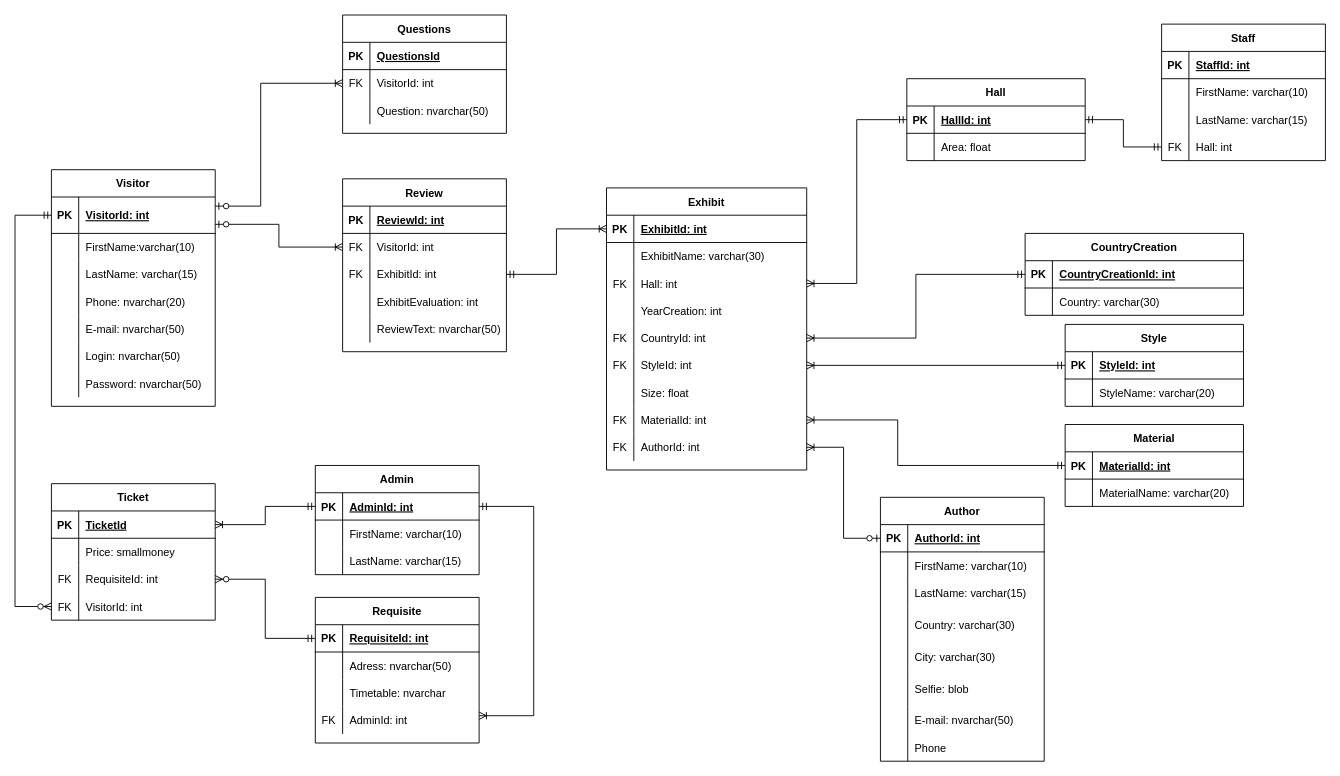
The draw.io diagram Diagrams/ER.drawio in OlgaMats/-, before the edit. Source tidied: cells renumbered, new cells numbered last; positions are measured from the earlier drawing's top-left corner, leaving out a move shared by most shapes. Both pictures are drawn from the tidied source at 91%, with x=0, y=0 at pixel (15, 15).
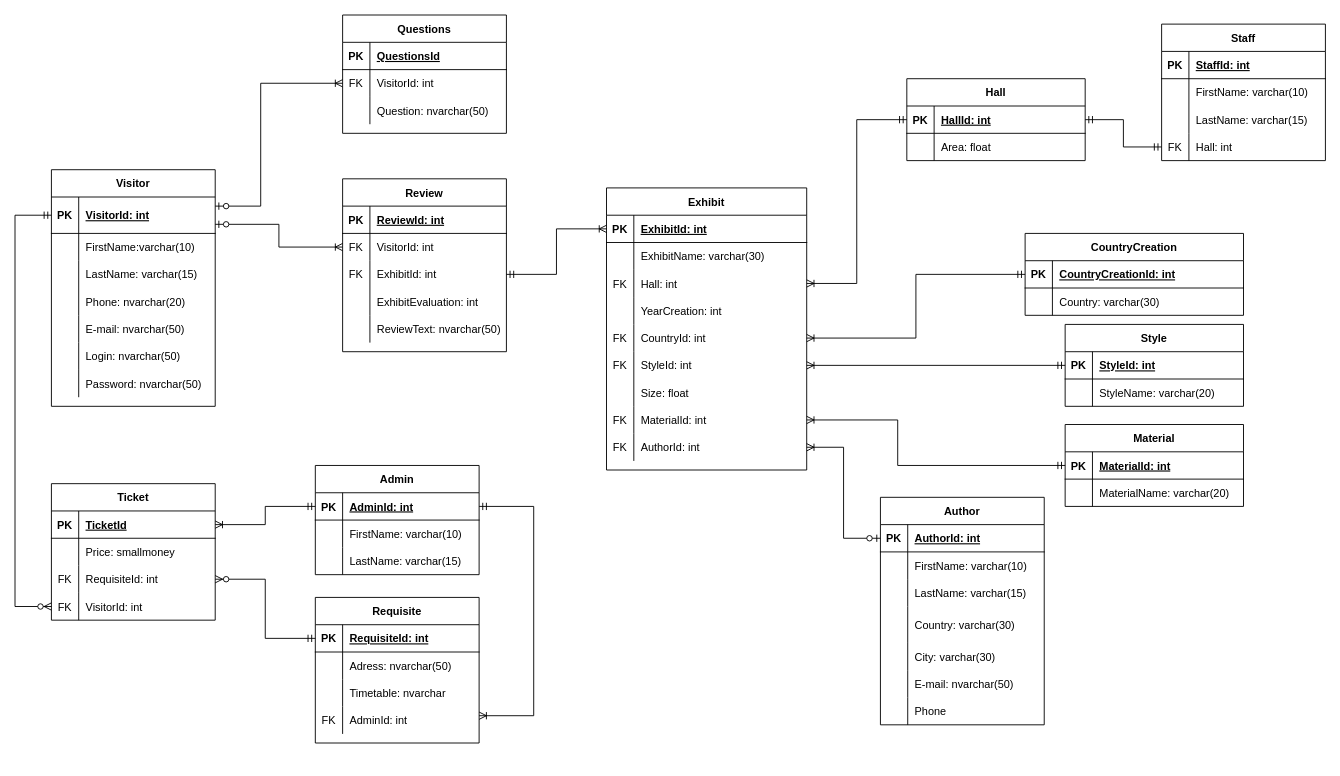
After the change.

What changed in the source:
```diff
@@
     <mxCell id="118" value="Author" style="shape=table;startSize=30;childLayout=tableLayout;rowLines=0;fontStyle=1;align=center;" parent="1" vertex="1">
-      <mxGeometry x="951" y="530" width="180" height="290" as="geometry" />
+      <mxGeometry x="951" y="530" width="180" height="250" as="geometry" />
     </mxCell>
@@
-    <mxCell id="134" style="shape=partialRectangle;fillColor=none;top=0;left=0;bottom=0;right=0;" parent="118" vertex="1">
-      <mxGeometry y="190" width="180" height="40" as="geometry" />
-    </mxCell>
-    <mxCell id="135" style="shape=partialRectangle;fillColor=none;top=0;left=0;bottom=0;right=0;overflow=hidden;" parent="134" vertex="1">
-      <mxGeometry width="30" height="40" as="geometry" />
-    </mxCell>
-    <mxCell id="136" value="Selfie: blob" style="shape=partialRectangle;fillColor=none;top=0;left=0;bottom=0;right=0;align=left;spacingLeft=6;overflow=hidden;" parent="134" vertex="1">
-      <mxGeometry x="30" width="150" height="40" as="geometry" />
-    </mxCell>
     <mxCell id="137" style="shape=partialRectangle;fillColor=none;top=0;left=0;bottom=0;right=0;" parent="118" vertex="1">
-      <mxGeometry y="230" width="180" height="30" as="geometry" />
+      <mxGeometry y="190" width="180" height="30" as="geometry" />
     </mxCell>
@@
     <mxCell id="140" style="shape=partialRectangle;fillColor=none;top=0;left=0;bottom=0;right=0;" parent="118" vertex="1">
-      <mxGeometry y="260" width="180" height="30" as="geometry" />
+      <mxGeometry y="220" width="180" height="30" as="geometry" />
     </mxCell>
```
